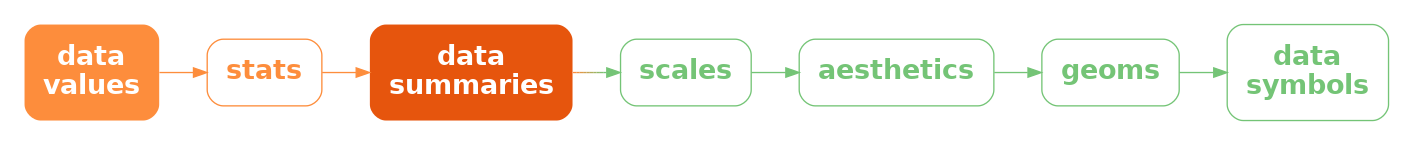
Above: Diagrams/data-stat-scale-aes-geom-sym.png in pmur002/hdvw (Graphviz), before the change. Its source is kept beside it as Diagrams/data-stat-scale-aes-geom-sym.dot.
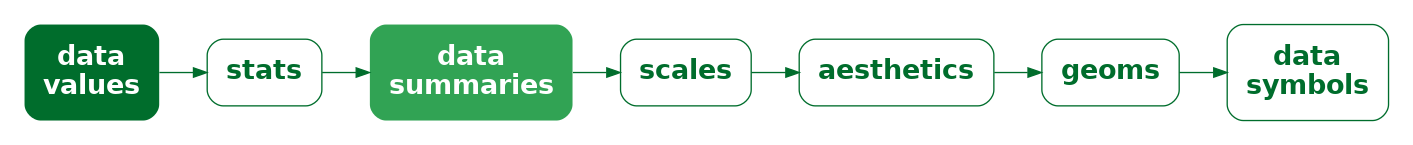
The same diagram one commit later.

Change to the diagram source:
```diff
@@ -1,18 +1,18 @@
 digraph {
   graph [ rankdir=LR; margin=.2; nodesep=.5 ];
   node [ fontsize=20; fontname="sans bold"; margin=.2 ];
-  data [ label="data\nvalues"; shape=box; style="filled, rounded"; penwidth=0; fontcolor=white; fillcolor="#FD8D3C" ]
-  ggstat [ label="stats"; shape=box; style=rounded; color="#FD8D3C"; fontcolor="#FD8D3C" ]
-  stat [ label="data\nsummaries"; shape=box; style="filled, rounded"; penwidth=0; fontcolor=white; fillcolor="#E6550D" ]
-  scale [ label="scales"; shape=box; style=rounded; color="#74C476"; fontcolor="#74C476" ]
-  aes [ label="aesthetics"; shape=box; style=rounded; color="#74C476"; fontcolor="#74C476" ]
-  geom [ label="geoms"; shape=box; style=rounded; color="#74C476"; fontcolor="#74C476" ]
+  data [ label="data\nvalues"; shape=box; style="filled, rounded"; penwidth=0; fontcolor=white; fillcolor="#006D2C" ]
+  ggstat [ label="stats"; shape=box; style=rounded; color="#006D2C"; fontcolor="#006D2C" ]
+  stat [ label="data\nsummaries"; shape=box; style="filled, rounded"; penwidth=0; fontcolor=white; fillcolor="#31A354" ]
+  scale [ label="scales"; shape=box; style=rounded; color="#006D2C"; fontcolor="#006D2C" ]
+  aes [ label="aesthetics"; shape=box; style=rounded; color="#006D2C"; fontcolor="#006D2C" ]
+  geom [ label="geoms"; shape=box; style=rounded; color="#006D2C"; fontcolor="#006D2C" ]
   sym [ label="data\nsymbols"; shape=box;
-     style="rounded"; color="#74C476"; fontcolor="#74C476" ]
-  data -> ggstat [ style="solid"; penwidth=1; color="#FD8D3C" ]
-  ggstat -> stat [ style="solid"; penwidth=1; color="#FD8D3C" ]
-  stat -> scale [ style="bold"; penwidth=1; color="#FD8D3C;0.1:#EE9342;0.1:#DF9949;0.1:#CF9F4F;0.1:#C0A556;0.1:#B1AC5C;0.1:#A2B263;0.1:#92B869;0.1:#83BE70;0.1:#74C476;0.1" ]
-  scale -> aes [ style="solid", color="#74C476" ]
-  aes -> geom [ style="solid", color="#74C476" ]
-  geom -> sym [ style="solid", color="#74C476" ]
+     style="rounded"; color="#006D2C"; fontcolor="#006D2C" ]
+  data -> ggstat [ style="solid"; penwidth=1; color="#006D2C" ]
+  ggstat -> stat [ style="solid"; penwidth=1; color="#006D2C" ]
+  stat -> scale [ style="bold"; penwidth=1; color="#006D2C" ]
+  scale -> aes [ style="solid", color="#006D2C" ]
+  aes -> geom [ style="solid", color="#006D2C" ]
+  geom -> sym [ style="solid", color="#006D2C" ]
 }
```
